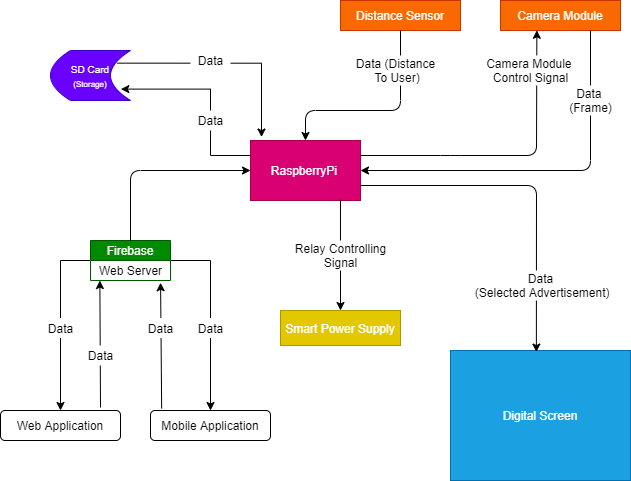
cepdnaclk/e16-3yp-digital-signage-based-user-targeted-advertising keeps this draw.io diagram as docs/assets/img/portfolio/thumbnails/flowchart.png. Above is the earlier version. Source tidied: cells renumbered, new cells last; positions are measured from the earlier drawing's top-left corner, leaving out a move shared by most shapes. Source of this version:
```xml
<mxGraphModel>
  <root>
    <mxCell id="0" />
    <mxCell id="1" parent="0" />
    <mxCell id="2" value="Web Application" style="rounded=1;whiteSpace=wrap;html=1;" parent="1" vertex="1">
      <mxGeometry y="410" width="120" height="30" as="geometry" />
    </mxCell>
    <mxCell id="3" value="Mobile Application" style="rounded=1;whiteSpace=wrap;html=1;" parent="1" vertex="1">
      <mxGeometry x="150" y="410" width="120" height="30" as="geometry" />
    </mxCell>
    <mxCell id="4" style="edgeStyle=orthogonalEdgeStyle;rounded=0;jettySize=auto;html=1;exitX=0;exitY=0.5;exitDx=0;exitDy=0;entryX=0.5;entryY=0;entryDx=0;entryDy=0;" parent="1" edge="1" source="6" target="2">
      <mxGeometry relative="1" as="geometry" />
    </mxCell>
    <mxCell id="5" style="edgeStyle=orthogonalEdgeStyle;rounded=0;jettySize=auto;html=1;exitX=1;exitY=0.5;exitDx=0;exitDy=0;entryX=0.5;entryY=0;entryDx=0;entryDy=0;" parent="1" edge="1" source="6" target="3">
      <mxGeometry relative="1" as="geometry" />
    </mxCell>
    <mxCell id="6" value="Firebase" style="swimlane;fontStyle=0;horizontal=1;startSize=20;fillColor=#008a00;swimlaneFillColor=#ffffff;strokeColor=#005700;fontColor=#ffffff;" parent="1" vertex="1">
      <mxGeometry x="90" y="240" width="80" height="40" as="geometry" />
    </mxCell>
    <mxCell id="7" value="Web Server" style="text;html=1;align=center;verticalAlign=middle;points=[];" parent="6" vertex="1">
      <mxGeometry y="20" width="80" height="20" as="geometry" />
    </mxCell>
    <mxCell id="8" style="edgeStyle=orthogonalEdgeStyle;rounded=0;jettySize=auto;html=1;exitX=0;exitY=0.25;exitDx=0;exitDy=0;entryX=0.879;entryY=0.772;entryDx=0;entryDy=0;entryPerimeter=0;" parent="1" edge="1" source="9" target="11">
      <mxGeometry relative="1" as="geometry">
        <Array as="points">
          <mxPoint x="210" y="155" />
          <mxPoint x="210" y="89" />
        </Array>
      </mxGeometry>
    </mxCell>
    <mxCell id="9" value="RaspberryPi&amp;nbsp;" style="html=1;dashed=0;whitespace=wrap;fillColor=#d80073;strokeColor=#A50040;fontColor=#ffffff;" parent="1" vertex="1">
      <mxGeometry x="250" y="140" width="110" height="60" as="geometry" />
    </mxCell>
    <mxCell id="10" style="edgeStyle=orthogonalEdgeStyle;rounded=0;jettySize=auto;html=1;exitX=0.831;exitY=0.253;exitDx=0;exitDy=0;entryX=0.1;entryY=-0.057;entryDx=0;entryDy=0;entryPerimeter=0;exitPerimeter=0;" parent="1" edge="1" source="11" target="9">
      <mxGeometry relative="1" as="geometry" />
    </mxCell>
    <mxCell id="11" value="&lt;font style=&quot;font-size: 10px&quot;&gt;SD Card&lt;br&gt;&lt;/font&gt;&lt;font style=&quot;font-size: 8px&quot;&gt;(Storage)&lt;/font&gt;" style="shape=dataStorage;whiteSpace=wrap;html=1;fixedSize=1;fillColor=#6a00ff;strokeColor=#3700CC;fontColor=#ffffff;" parent="1" vertex="1">
      <mxGeometry x="50" y="50" width="80" height="50" as="geometry" />
    </mxCell>
    <mxCell id="12" value="Distance Sensor" style="rounded=0;whiteSpace=wrap;html=1;fillColor=#fa6800;strokeColor=#C73500;fontColor=#ffffff;" parent="1" vertex="1">
      <mxGeometry x="340" width="120" height="30" as="geometry" />
    </mxCell>
    <mxCell id="13" value="Camera Module" style="rounded=0;whiteSpace=wrap;html=1;fillColor=#fa6800;strokeColor=#C73500;fontColor=#ffffff;" parent="1" vertex="1">
      <mxGeometry x="500" width="120" height="30" as="geometry" />
    </mxCell>
    <mxCell id="14" value="Digital Screen" style="rounded=0;whiteSpace=wrap;html=1;fillColor=#1ba1e2;strokeColor=#006EAF;fontColor=#ffffff;" parent="1" vertex="1">
      <mxGeometry x="450" y="350" width="180" height="130" as="geometry" />
    </mxCell>
    <mxCell id="15" style="endArrow=classic;html=1;entryX=0.477;entryY=0.012;entryDx=0;entryDy=0;exitX=1;exitY=0.75;exitDx=0;exitDy=0;entryPerimeter=0;" parent="1" edge="1" source="9" target="14">
      <mxGeometry relative="1" as="geometry">
        <Array as="points">
          <mxPoint x="536" y="185" />
        </Array>
      </mxGeometry>
    </mxCell>
    <mxCell id="16" style="endArrow=classic;html=1;entryX=0.5;entryY=0;entryDx=0;entryDy=0;exitX=0.5;exitY=1;exitDx=0;exitDy=0;" parent="1" edge="1" source="12" target="9">
      <mxGeometry relative="1" as="geometry">
        <Array as="points">
          <mxPoint x="400" y="110" />
          <mxPoint x="305" y="110" />
        </Array>
      </mxGeometry>
    </mxCell>
    <mxCell id="17" style="endArrow=classic;html=1;entryX=1;entryY=0.5;entryDx=0;entryDy=0;exitX=0.75;exitY=1;exitDx=0;exitDy=0;" parent="1" edge="1" source="13" target="9">
      <mxGeometry relative="1" as="geometry">
        <Array as="points">
          <mxPoint x="590" y="170" />
        </Array>
      </mxGeometry>
    </mxCell>
    <mxCell id="18" style="endArrow=classic;html=1;entryX=0.303;entryY=0.994;entryDx=0;entryDy=0;entryPerimeter=0;" parent="1" edge="1" target="13">
      <mxGeometry relative="1" as="geometry">
        <mxPoint x="360" y="155" as="sourcePoint" />
        <Array as="points">
          <mxPoint x="450" y="155" />
          <mxPoint x="536" y="155" />
        </Array>
      </mxGeometry>
    </mxCell>
    <mxCell id="19" value="Smart Power Supply" style="rounded=0;whiteSpace=wrap;html=1;fillColor=#e3c800;strokeColor=#B09500;fontColor=#ffffff;" parent="1" vertex="1">
      <mxGeometry x="280" y="310" width="120" height="35" as="geometry" />
    </mxCell>
    <mxCell id="20" style="endArrow=classic;html=1;exitX=0.818;exitY=0.982;exitDx=0;exitDy=0;entryX=0.5;entryY=0;entryDx=0;entryDy=0;exitPerimeter=0;" parent="1" edge="1" source="9" target="19">
      <mxGeometry relative="1" as="geometry" />
    </mxCell>
    <mxCell id="21" style="endArrow=classic;html=1;exitX=0.5;exitY=0;exitDx=0;exitDy=0;entryX=0;entryY=0.5;entryDx=0;entryDy=0;" parent="1" edge="1" source="6" target="9">
      <mxGeometry relative="1" as="geometry">
        <Array as="points">
          <mxPoint x="130" y="170" />
        </Array>
      </mxGeometry>
    </mxCell>
    <mxCell id="22" style="endArrow=classic;html=1;exitX=0.093;exitY=-0.066;exitDx=0;exitDy=0;exitPerimeter=0;entryX=0.876;entryY=1.112;entryDx=0;entryDy=0;entryPerimeter=0;" parent="1" edge="1" source="3" target="7">
      <mxGeometry relative="1" as="geometry" />
    </mxCell>
    <mxCell id="23" style="endArrow=classic;html=1;entryX=0.117;entryY=1.002;entryDx=0;entryDy=0;entryPerimeter=0;" parent="1" edge="1" target="7">
      <mxGeometry relative="1" as="geometry">
        <mxPoint x="100" y="407" as="sourcePoint" />
      </mxGeometry>
    </mxCell>
    <mxCell id="24" value="Data (Distance&lt;br&gt;&amp;nbsp;To User)" style="text;html=1;align=center;verticalAlign=middle;fillColor=#ffffff;" parent="1" vertex="1">
      <mxGeometry x="350" y="55" width="90" height="30" as="geometry" />
    </mxCell>
    <mxCell id="25" value="Data &lt;br&gt;(Frame)" style="text;html=1;align=center;verticalAlign=middle;fillColor=#ffffff;" parent="1" vertex="1">
      <mxGeometry x="560" y="85" width="60" height="30" as="geometry" />
    </mxCell>
    <mxCell id="26" value="Camera Module&amp;nbsp;&lt;br&gt;Control Signal" style="text;html=1;align=center;verticalAlign=middle;fillColor=#ffffff;" parent="1" vertex="1">
      <mxGeometry x="480" y="55" width="100" height="30" as="geometry" />
    </mxCell>
    <mxCell id="27" value="Data" style="text;html=1;align=center;verticalAlign=middle;fillColor=#ffffff;" parent="1" vertex="1">
      <mxGeometry x="190" y="50" width="40" height="20" as="geometry" />
    </mxCell>
    <mxCell id="28" value="Data" style="text;html=1;align=center;verticalAlign=middle;fillColor=#ffffff;" parent="1" vertex="1">
      <mxGeometry x="190" y="110" width="40" height="20" as="geometry" />
    </mxCell>
    <mxCell id="29" value="Data&lt;br&gt;&amp;nbsp;(Selected Advertisement)" style="text;html=1;align=center;verticalAlign=middle;fillColor=#ffffff;" parent="1" vertex="1">
      <mxGeometry x="465" y="270" width="150" height="30" as="geometry" />
    </mxCell>
    <mxCell id="30" value="Relay Controlling&lt;br&gt;Signal" style="text;html=1;align=center;verticalAlign=middle;fillColor=#ffffff;" parent="1" vertex="1">
      <mxGeometry x="285" y="240" width="110" height="30" as="geometry" />
    </mxCell>
    <mxCell id="31" value="Data" style="text;html=1;align=center;verticalAlign=middle;fillColor=#ffffff;" parent="1" vertex="1">
      <mxGeometry x="40" y="317.5" width="40" height="20" as="geometry" />
    </mxCell>
    <mxCell id="32" value="Data" style="text;html=1;align=center;verticalAlign=middle;fillColor=#ffffff;" parent="1" vertex="1">
      <mxGeometry x="80" y="345" width="40" height="20" as="geometry" />
    </mxCell>
    <mxCell id="33" value="Data" style="text;html=1;align=center;verticalAlign=middle;fillColor=#ffffff;" parent="1" vertex="1">
      <mxGeometry x="140" y="317.5" width="40" height="20" as="geometry" />
    </mxCell>
    <mxCell id="34" value="Data" style="text;html=1;align=center;verticalAlign=middle;fillColor=#ffffff;" parent="1" vertex="1">
      <mxGeometry x="190" y="317.5" width="40" height="20" as="geometry" />
    </mxCell>
  </root>
</mxGraphModel>
```
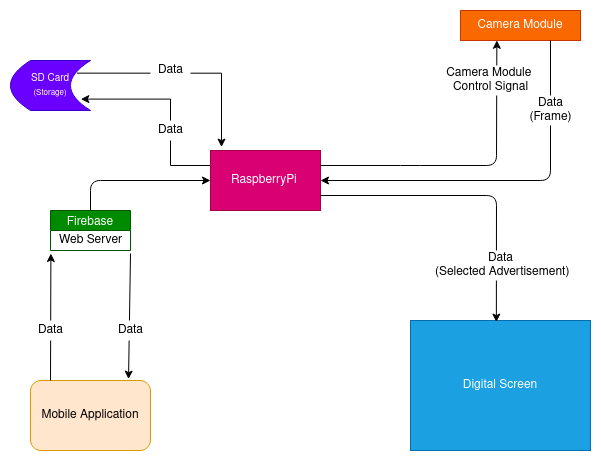
After the change.

Change to the diagram source:
```diff
@@ -2,20 +2,11 @@
   <root>
     <mxCell id="0" />
     <mxCell id="1" parent="0" />
-    <mxCell id="2" value="Web Application" style="rounded=1;whiteSpace=wrap;html=1;" parent="1" vertex="1">
-      <mxGeometry y="410" width="120" height="30" as="geometry" />
-    </mxCell>
-    <mxCell id="3" value="Mobile Application" style="rounded=1;whiteSpace=wrap;html=1;" parent="1" vertex="1">
-      <mxGeometry x="150" y="410" width="120" height="30" as="geometry" />
+    <mxCell id="3" value="Mobile Application" style="rounded=1;whiteSpace=wrap;html=1;fillColor=#ffe6cc;strokeColor=#d79b00;" parent="1" vertex="1">
+      <mxGeometry x="70" y="370" width="120" height="70" as="geometry" />
     </mxCell>
-    <mxCell id="4" style="edgeStyle=orthogonalEdgeStyle;rounded=0;jettySize=auto;html=1;exitX=0;exitY=0.5;exitDx=0;exitDy=0;entryX=0.5;entryY=0;entryDx=0;entryDy=0;" parent="1" edge="1" source="6" target="2">
-      <mxGeometry relative="1" as="geometry" />
-    </mxCell>
-    <mxCell id="5" style="edgeStyle=orthogonalEdgeStyle;rounded=0;jettySize=auto;html=1;exitX=1;exitY=0.5;exitDx=0;exitDy=0;entryX=0.5;entryY=0;entryDx=0;entryDy=0;" parent="1" edge="1" source="6" target="3">
-      <mxGeometry relative="1" as="geometry" />
-    </mxCell>
     <mxCell id="6" value="Firebase" style="swimlane;fontStyle=0;horizontal=1;startSize=20;fillColor=#008a00;swimlaneFillColor=#ffffff;strokeColor=#005700;fontColor=#ffffff;" parent="1" vertex="1">
-      <mxGeometry x="90" y="240" width="80" height="40" as="geometry" />
+      <mxGeometry x="90" y="200" width="80" height="40" as="geometry" />
     </mxCell>
     <mxCell id="7" value="Web Server" style="text;html=1;align=center;verticalAlign=middle;points=[];" parent="6" vertex="1">
       <mxGeometry y="20" width="80" height="20" as="geometry" />
@@ -37,14 +28,11 @@
     <mxCell id="11" value="&lt;font style=&quot;font-size: 10px&quot;&gt;SD Card&lt;br&gt;&lt;/font&gt;&lt;font style=&quot;font-size: 8px&quot;&gt;(Storage)&lt;/font&gt;" style="shape=dataStorage;whiteSpace=wrap;html=1;fixedSize=1;fillColor=#6a00ff;strokeColor=#3700CC;fontColor=#ffffff;" parent="1" vertex="1">
       <mxGeometry x="50" y="50" width="80" height="50" as="geometry" />
     </mxCell>
-    <mxCell id="12" value="Distance Sensor" style="rounded=0;whiteSpace=wrap;html=1;fillColor=#fa6800;strokeColor=#C73500;fontColor=#ffffff;" parent="1" vertex="1">
-      <mxGeometry x="340" width="120" height="30" as="geometry" />
-    </mxCell>
     <mxCell id="13" value="Camera Module" style="rounded=0;whiteSpace=wrap;html=1;fillColor=#fa6800;strokeColor=#C73500;fontColor=#ffffff;" parent="1" vertex="1">
       <mxGeometry x="500" width="120" height="30" as="geometry" />
     </mxCell>
     <mxCell id="14" value="Digital Screen" style="rounded=0;whiteSpace=wrap;html=1;fillColor=#1ba1e2;strokeColor=#006EAF;fontColor=#ffffff;" parent="1" vertex="1">
-      <mxGeometry x="450" y="350" width="180" height="130" as="geometry" />
+      <mxGeometry x="450" y="310" width="180" height="130" as="geometry" />
     </mxCell>
     <mxCell id="15" style="endArrow=classic;html=1;entryX=0.477;entryY=0.012;entryDx=0;entryDy=0;exitX=1;exitY=0.75;exitDx=0;exitDy=0;entryPerimeter=0;" parent="1" edge="1" source="9" target="14">
       <mxGeometry relative="1" as="geometry">
@@ -53,14 +41,6 @@
         </Array>
       </mxGeometry>
     </mxCell>
-    <mxCell id="16" style="endArrow=classic;html=1;entryX=0.5;entryY=0;entryDx=0;entryDy=0;exitX=0.5;exitY=1;exitDx=0;exitDy=0;" parent="1" edge="1" source="12" target="9">
-      <mxGeometry relative="1" as="geometry">
-        <Array as="points">
-          <mxPoint x="400" y="110" />
-          <mxPoint x="305" y="110" />
-        </Array>
-      </mxGeometry>
-    </mxCell>
     <mxCell id="17" style="endArrow=classic;html=1;entryX=1;entryY=0.5;entryDx=0;entryDy=0;exitX=0.75;exitY=1;exitDx=0;exitDy=0;" parent="1" edge="1" source="13" target="9">
       <mxGeometry relative="1" as="geometry">
         <Array as="points">
@@ -77,12 +57,6 @@
         </Array>
       </mxGeometry>
     </mxCell>
-    <mxCell id="19" value="Smart Power Supply" style="rounded=0;whiteSpace=wrap;html=1;fillColor=#e3c800;strokeColor=#B09500;fontColor=#ffffff;" parent="1" vertex="1">
-      <mxGeometry x="280" y="310" width="120" height="35" as="geometry" />
-    </mxCell>
-    <mxCell id="20" style="endArrow=classic;html=1;exitX=0.818;exitY=0.982;exitDx=0;exitDy=0;entryX=0.5;entryY=0;entryDx=0;entryDy=0;exitPerimeter=0;" parent="1" edge="1" source="9" target="19">
-      <mxGeometry relative="1" as="geometry" />
-    </mxCell>
     <mxCell id="21" style="endArrow=classic;html=1;exitX=0.5;exitY=0;exitDx=0;exitDy=0;entryX=0;entryY=0.5;entryDx=0;entryDy=0;" parent="1" edge="1" source="6" target="9">
       <mxGeometry relative="1" as="geometry">
         <Array as="points">
@@ -90,17 +64,11 @@
         </Array>
       </mxGeometry>
     </mxCell>
-    <mxCell id="22" style="endArrow=classic;html=1;exitX=0.093;exitY=-0.066;exitDx=0;exitDy=0;exitPerimeter=0;entryX=0.876;entryY=1.112;entryDx=0;entryDy=0;entryPerimeter=0;" parent="1" edge="1" source="3" target="7">
-      <mxGeometry relative="1" as="geometry" />
+    <mxCell id="22" style="endArrow=classic;html=1;entryX=0.005;entryY=1.15;entryDx=0;entryDy=0;entryPerimeter=0;" parent="1" edge="1" target="7">
+      <mxGeometry relative="1" as="geometry">
+        <mxPoint x="90" y="370" as="sourcePoint" />
+      </mxGeometry>
     </mxCell>
-    <mxCell id="23" style="endArrow=classic;html=1;entryX=0.117;entryY=1.002;entryDx=0;entryDy=0;entryPerimeter=0;" parent="1" edge="1" target="7">
-      <mxGeometry relative="1" as="geometry">
-        <mxPoint x="100" y="407" as="sourcePoint" />
-      </mxGeometry>
-    </mxCell>
-    <mxCell id="24" value="Data (Distance&lt;br&gt;&amp;nbsp;To User)" style="text;html=1;align=center;verticalAlign=middle;fillColor=#ffffff;" parent="1" vertex="1">
-      <mxGeometry x="350" y="55" width="90" height="30" as="geometry" />
-    </mxCell>
     <mxCell id="25" value="Data &lt;br&gt;(Frame)" style="text;html=1;align=center;verticalAlign=middle;fillColor=#ffffff;" parent="1" vertex="1">
       <mxGeometry x="560" y="85" width="60" height="30" as="geometry" />
     </mxCell>
@@ -114,22 +82,16 @@
       <mxGeometry x="190" y="110" width="40" height="20" as="geometry" />
     </mxCell>
     <mxCell id="29" value="Data&lt;br&gt;&amp;nbsp;(Selected Advertisement)" style="text;html=1;align=center;verticalAlign=middle;fillColor=#ffffff;" parent="1" vertex="1">
-      <mxGeometry x="465" y="270" width="150" height="30" as="geometry" />
+      <mxGeometry x="465" y="240" width="150" height="30" as="geometry" />
     </mxCell>
-    <mxCell id="30" value="Relay Controlling&lt;br&gt;Signal" style="text;html=1;align=center;verticalAlign=middle;fillColor=#ffffff;" parent="1" vertex="1">
-      <mxGeometry x="285" y="240" width="110" height="30" as="geometry" />
-    </mxCell>
-    <mxCell id="31" value="Data" style="text;html=1;align=center;verticalAlign=middle;fillColor=#ffffff;" parent="1" vertex="1">
-      <mxGeometry x="40" y="317.5" width="40" height="20" as="geometry" />
-    </mxCell>
-    <mxCell id="32" value="Data" style="text;html=1;align=center;verticalAlign=middle;fillColor=#ffffff;" parent="1" vertex="1">
-      <mxGeometry x="80" y="345" width="40" height="20" as="geometry" />
-    </mxCell>
     <mxCell id="33" value="Data" style="text;html=1;align=center;verticalAlign=middle;fillColor=#ffffff;" parent="1" vertex="1">
-      <mxGeometry x="140" y="317.5" width="40" height="20" as="geometry" />
+      <mxGeometry x="70" y="310" width="40" height="20" as="geometry" />
     </mxCell>
-    <mxCell id="34" value="Data" style="text;html=1;align=center;verticalAlign=middle;fillColor=#ffffff;" parent="1" vertex="1">
-      <mxGeometry x="190" y="317.5" width="40" height="20" as="geometry" />
-    </mxCell>
+    <mxCell id="35" style="endArrow=classic;html=1;exitX=1;exitY=1.15;exitDx=0;exitDy=0;exitPerimeter=0;entryX=0.817;entryY=-0.02;entryDx=0;entryDy=0;entryPerimeter=0;" parent="1" edge="1" source="7" target="3">
+      <mxGeometry relative="1" as="geometry" />
+    </mxCell>
+    <mxCell id="36" value="Data" style="text;html=1;align=center;verticalAlign=middle;fillColor=#ffffff;" parent="1" vertex="1">
+      <mxGeometry x="150" y="310" width="40" height="20" as="geometry" />
+    </mxCell>
   </root>
 </mxGraphModel>
```
